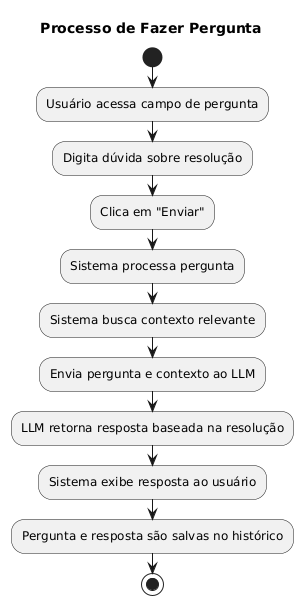
This is Diagramas/Atividade/Atividade - fazer pergunta.png from Euderlan/G4_CONSULTA_DOCUMENTOS, a PlantUML export, as it was before one commit. The source it was exported from:
```plantuml
@startuml
title Processo de Fazer Pergunta
start
:Usuário acessa campo de pergunta;
:Digita dúvida sobre resolução;
:Clica em "Enviar";
:Sistema processa pergunta;
:Sistema busca contexto relevante;
:Envia pergunta e contexto ao LLM;
:LLM retorna resposta baseada na resolução;
:Sistema exibe resposta ao usuário;
:Pergunta e resposta são salvas no histórico;
stop
@enduml
```
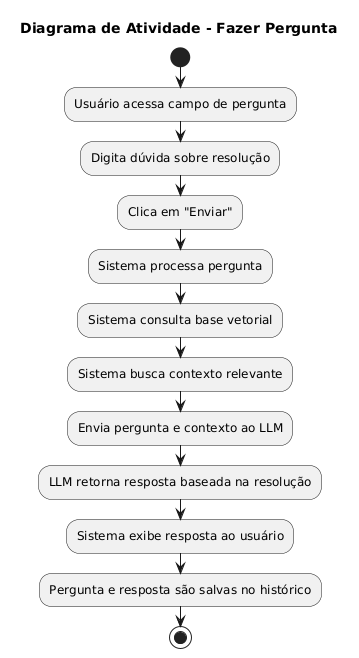
Later version of the same file.

Commit message:
Atualizando Diagramas de Atividade Cadastro e login

The edit, as a diff of the source:
```diff
@@ -1,10 +1,11 @@
 @startuml
-title Processo de Fazer Pergunta
+title Diagrama de Atividade - Fazer Pergunta
 start
 :Usuário acessa campo de pergunta;
 :Digita dúvida sobre resolução;
 :Clica em "Enviar";
 :Sistema processa pergunta;
+:Sistema consulta base vetorial;
 :Sistema busca contexto relevante;
 :Envia pergunta e contexto ao LLM;
 :LLM retorna resposta baseada na resolução;
```
